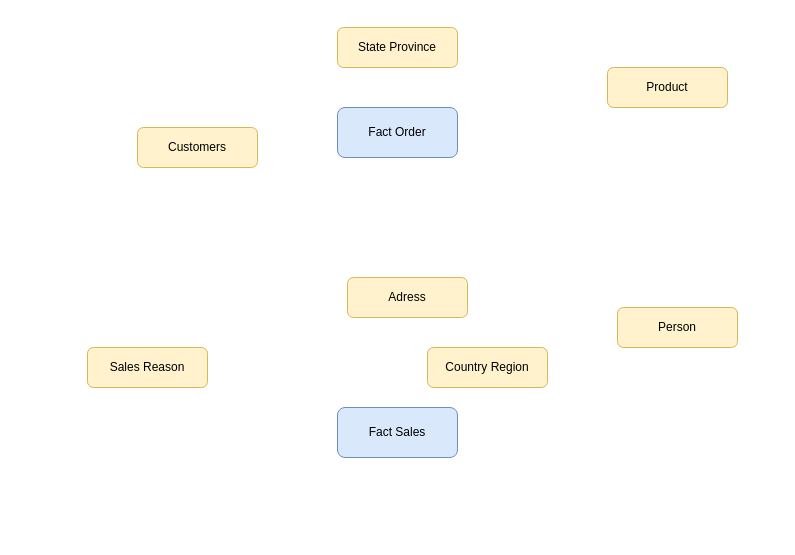
This is Diagrama sem nome.drawio from marcon-droid/dw_AdventureWorks, a draw.io file, before an edit. Source tidied: cells renumbered, new cells numbered last; positions are measured from the earlier drawing's top-left corner, leaving out a move shared by most shapes. Both pictures are drawn from the tidied source at 100%, with x=0, y=0 at pixel (87, 27).
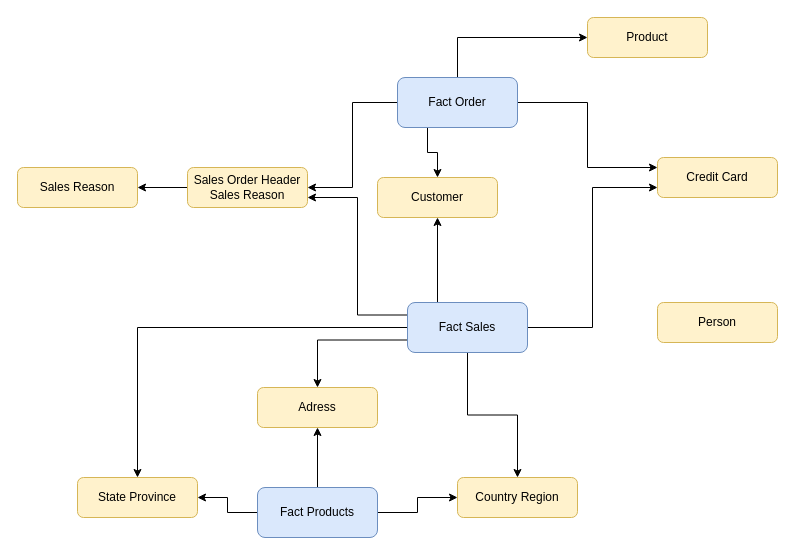
After the change.

Diff of the diagram source:
```diff
@@
+    <mxCell id="11" style="edgeStyle=orthogonalEdgeStyle;rounded=0;jettySize=auto;html=1;entryX=0;entryY=0.5;entryDx=0;entryDy=0;exitX=0.5;exitY=0;exitDx=0;exitDy=0;" parent="1" edge="1" source="2" target="6">
+      <mxGeometry relative="1" as="geometry" />
+    </mxCell>
+    <mxCell id="12" style="edgeStyle=orthogonalEdgeStyle;rounded=0;jettySize=auto;html=1;entryX=1;entryY=0.5;entryDx=0;entryDy=0;" parent="1" edge="1" source="2" target="5">
+      <mxGeometry relative="1" as="geometry" />
+    </mxCell>
+    <mxCell id="13" style="edgeStyle=orthogonalEdgeStyle;rounded=0;jettySize=auto;html=1;entryX=0;entryY=0.25;entryDx=0;entryDy=0;" parent="1" edge="1" source="2" target="24">
+      <mxGeometry relative="1" as="geometry" />
+    </mxCell>
+    <mxCell id="14" style="edgeStyle=orthogonalEdgeStyle;rounded=0;jettySize=auto;html=1;entryX=0.5;entryY=0;entryDx=0;entryDy=0;exitX=0.25;exitY=1;exitDx=0;exitDy=0;" parent="1" edge="1" source="2" target="3">
+      <mxGeometry relative="1" as="geometry" />
+    </mxCell>
     <mxCell id="2" value="Fact Order" style="rounded=1;whiteSpace=wrap;html=1;fillColor=#dae8fc;strokeColor=#6c8ebf;" parent="1" vertex="1">
-      <mxGeometry x="250" y="80" width="120" height="50" as="geometry" />
+      <mxGeometry x="310" y="50" width="120" height="50" as="geometry" />
     </mxCell>
-    <mxCell id="3" value="Customers" style="rounded=1;whiteSpace=wrap;html=1;fillColor=#fff2cc;strokeColor=#d6b656;" parent="1" vertex="1">
-      <mxGeometry x="50" y="100" width="120" height="40" as="geometry" />
+    <mxCell id="3" value="Customer" style="rounded=1;whiteSpace=wrap;html=1;fillColor=#fff2cc;strokeColor=#d6b656;" parent="1" vertex="1">
+      <mxGeometry x="290" y="150" width="120" height="40" as="geometry" />
     </mxCell>
     <mxCell id="4" value="State Province" style="rounded=1;whiteSpace=wrap;html=1;fillColor=#fff2cc;strokeColor=#d6b656;" parent="1" vertex="1">
-      <mxGeometry x="250" width="120" height="40" as="geometry" />
+      <mxGeometry x="-10" y="450" width="120" height="40" as="geometry" />
     </mxCell>
+    <mxCell id="15" style="edgeStyle=orthogonalEdgeStyle;rounded=0;jettySize=auto;html=1;entryX=1;entryY=0.5;entryDx=0;entryDy=0;" parent="1" edge="1" source="5" target="23">
+      <mxGeometry relative="1" as="geometry" />
+    </mxCell>
-    <mxCell id="5" value="Sales Reason" style="rounded=1;whiteSpace=wrap;html=1;fillColor=#fff2cc;strokeColor=#d6b656;" parent="1" vertex="1">
-      <mxGeometry y="320" width="120" height="40" as="geometry" />
+    <mxCell id="5" value="Sales Order Header Sales Reason" style="rounded=1;whiteSpace=wrap;html=1;fillColor=#fff2cc;strokeColor=#d6b656;" parent="1" vertex="1">
+      <mxGeometry x="100" y="140" width="120" height="40" as="geometry" />
     </mxCell>
     <mxCell id="6" value="Product" style="rounded=1;whiteSpace=wrap;html=1;fillColor=#fff2cc;strokeColor=#d6b656;" parent="1" vertex="1">
-      <mxGeometry x="520" y="40" width="120" height="40" as="geometry" />
+      <mxGeometry x="500" y="-10" width="120" height="40" as="geometry" />
     </mxCell>
     <mxCell id="7" value="Person" style="rounded=1;whiteSpace=wrap;html=1;fillColor=#fff2cc;strokeColor=#d6b656;" parent="1" vertex="1">
-      <mxGeometry x="530" y="280" width="120" height="40" as="geometry" />
+      <mxGeometry x="570" y="275" width="120" height="40" as="geometry" />
     </mxCell>
+    <mxCell id="16" style="edgeStyle=orthogonalEdgeStyle;rounded=0;jettySize=auto;html=1;entryX=1;entryY=0.75;entryDx=0;entryDy=0;exitX=0;exitY=0.25;exitDx=0;exitDy=0;" parent="1" edge="1" source="8" target="5">
+      <mxGeometry relative="1" as="geometry" />
+    </mxCell>
+    <mxCell id="17" style="edgeStyle=orthogonalEdgeStyle;rounded=0;jettySize=auto;html=1;entryX=0;entryY=0.75;entryDx=0;entryDy=0;" parent="1" edge="1" source="8" target="24">
+      <mxGeometry relative="1" as="geometry" />
+    </mxCell>
+    <mxCell id="18" style="edgeStyle=orthogonalEdgeStyle;rounded=0;jettySize=auto;html=1;entryX=0.5;entryY=1;entryDx=0;entryDy=0;exitX=0.25;exitY=0;exitDx=0;exitDy=0;" parent="1" edge="1" source="8" target="3">
+      <mxGeometry relative="1" as="geometry" />
+    </mxCell>
+    <mxCell id="19" style="edgeStyle=orthogonalEdgeStyle;rounded=0;jettySize=auto;html=1;" parent="1" edge="1" source="8" target="10">
+      <mxGeometry relative="1" as="geometry" />
+    </mxCell>
+    <mxCell id="20" style="edgeStyle=orthogonalEdgeStyle;rounded=0;jettySize=auto;html=1;entryX=0.5;entryY=0;entryDx=0;entryDy=0;exitX=0;exitY=0.75;exitDx=0;exitDy=0;" parent="1" edge="1" source="8" target="9">
+      <mxGeometry relative="1" as="geometry" />
+    </mxCell>
+    <mxCell id="21" style="edgeStyle=orthogonalEdgeStyle;rounded=0;jettySize=auto;html=1;" parent="1" edge="1" source="8" target="4">
+      <mxGeometry relative="1" as="geometry" />
+    </mxCell>
     <mxCell id="8" value="Fact Sales" style="rounded=1;whiteSpace=wrap;html=1;fillColor=#dae8fc;strokeColor=#6c8ebf;" parent="1" vertex="1">
-      <mxGeometry x="250" y="380" width="120" height="50" as="geometry" />
+      <mxGeometry x="320" y="275" width="120" height="50" as="geometry" />
     </mxCell>
     <mxCell id="9" value="Adress" style="rounded=1;whiteSpace=wrap;html=1;fillColor=#fff2cc;strokeColor=#d6b656;" parent="1" vertex="1">
-      <mxGeometry x="260" y="250" width="120" height="40" as="geometry" />
+      <mxGeometry x="170" y="360" width="120" height="40" as="geometry" />
     </mxCell>
     <mxCell id="10" value="Country Region" style="rounded=1;whiteSpace=wrap;html=1;fillColor=#fff2cc;strokeColor=#d6b656;" parent="1" vertex="1">
-      <mxGeometry x="340" y="320" width="120" height="40" as="geometry" />
+      <mxGeometry x="370" y="450" width="120" height="40" as="geometry" />
     </mxCell>
+    <mxCell id="22" style="edgeStyle=orthogonalEdgeStyle;rounded=0;orthogonalLoop=1;jettySize=auto;html=1;exitX=0.5;exitY=1;exitDx=0;exitDy=0;" parent="1" edge="1" source="4" target="4">
+      <mxGeometry relative="1" as="geometry" />
+    </mxCell>
+    <mxCell id="23" value="Sales Reason" style="rounded=1;whiteSpace=wrap;html=1;fillColor=#fff2cc;strokeColor=#d6b656;" parent="1" vertex="1">
+      <mxGeometry x="-70" y="140" width="120" height="40" as="geometry" />
+    </mxCell>
+    <mxCell id="24" value="Credit Card" style="rounded=1;whiteSpace=wrap;html=1;fillColor=#fff2cc;strokeColor=#d6b656;" parent="1" vertex="1">
+      <mxGeometry x="570" y="130" width="120" height="40" as="geometry" />
+    </mxCell>
+    <mxCell id="25" style="edgeStyle=orthogonalEdgeStyle;rounded=0;jettySize=auto;html=1;entryX=0.5;entryY=1;entryDx=0;entryDy=0;" parent="1" edge="1" source="28" target="9">
+      <mxGeometry relative="1" as="geometry" />
+    </mxCell>
+    <mxCell id="26" style="edgeStyle=orthogonalEdgeStyle;rounded=0;jettySize=auto;html=1;entryX=1;entryY=0.5;entryDx=0;entryDy=0;" parent="1" edge="1" source="28" target="4">
+      <mxGeometry relative="1" as="geometry" />
+    </mxCell>
+    <mxCell id="27" style="edgeStyle=orthogonalEdgeStyle;rounded=0;jettySize=auto;html=1;entryX=0;entryY=0.5;entryDx=0;entryDy=0;" parent="1" edge="1" source="28" target="10">
+      <mxGeometry relative="1" as="geometry" />
+    </mxCell>
+    <mxCell id="28" value="Fact Products" style="rounded=1;whiteSpace=wrap;html=1;fillColor=#dae8fc;strokeColor=#6c8ebf;" parent="1" vertex="1">
+      <mxGeometry x="170" y="460" width="120" height="50" as="geometry" />
+    </mxCell>
```
